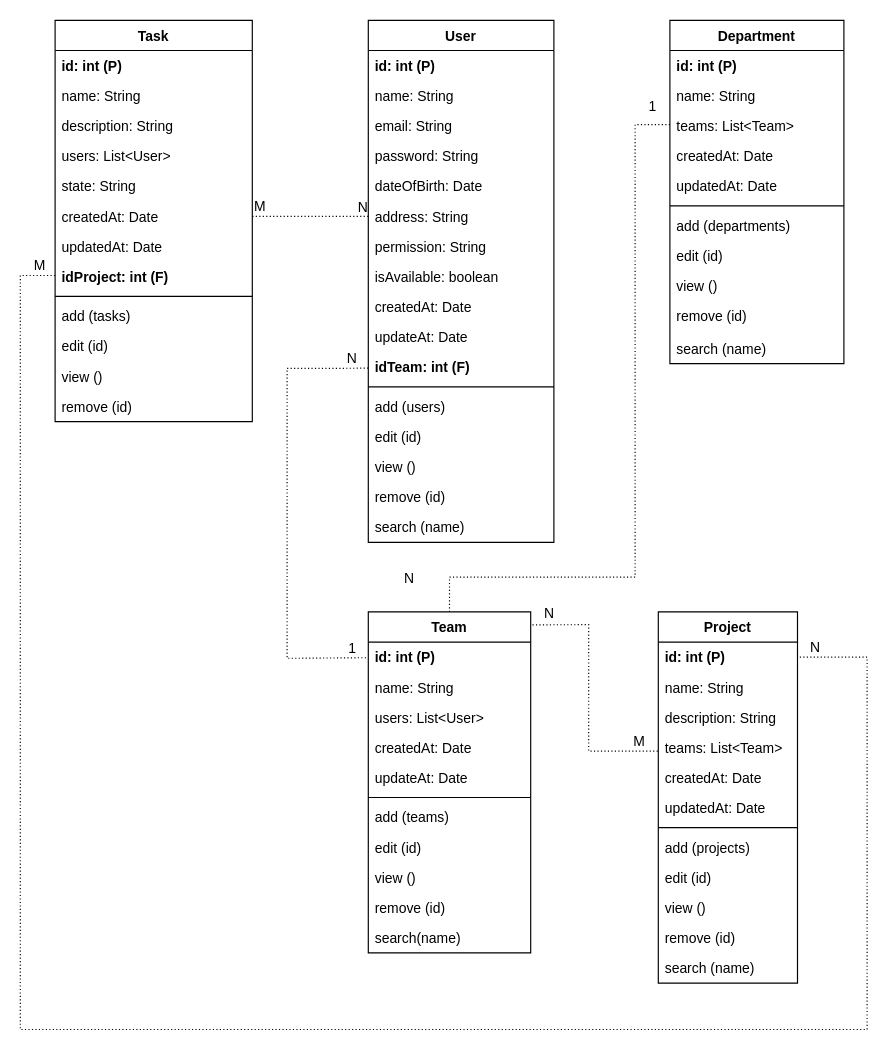
hieunn301/ETC-intern keeps this draw.io diagram as oop/Untitled Diagram.drawio. Above is the earlier version. Source tidied: cells renumbered, new cells numbered last; positions are measured from the earlier drawing's top-left corner, leaving out a move shared by most shapes. Both pictures are drawn from the tidied source at 116%, with x=0, y=0 at pixel (20, 20).
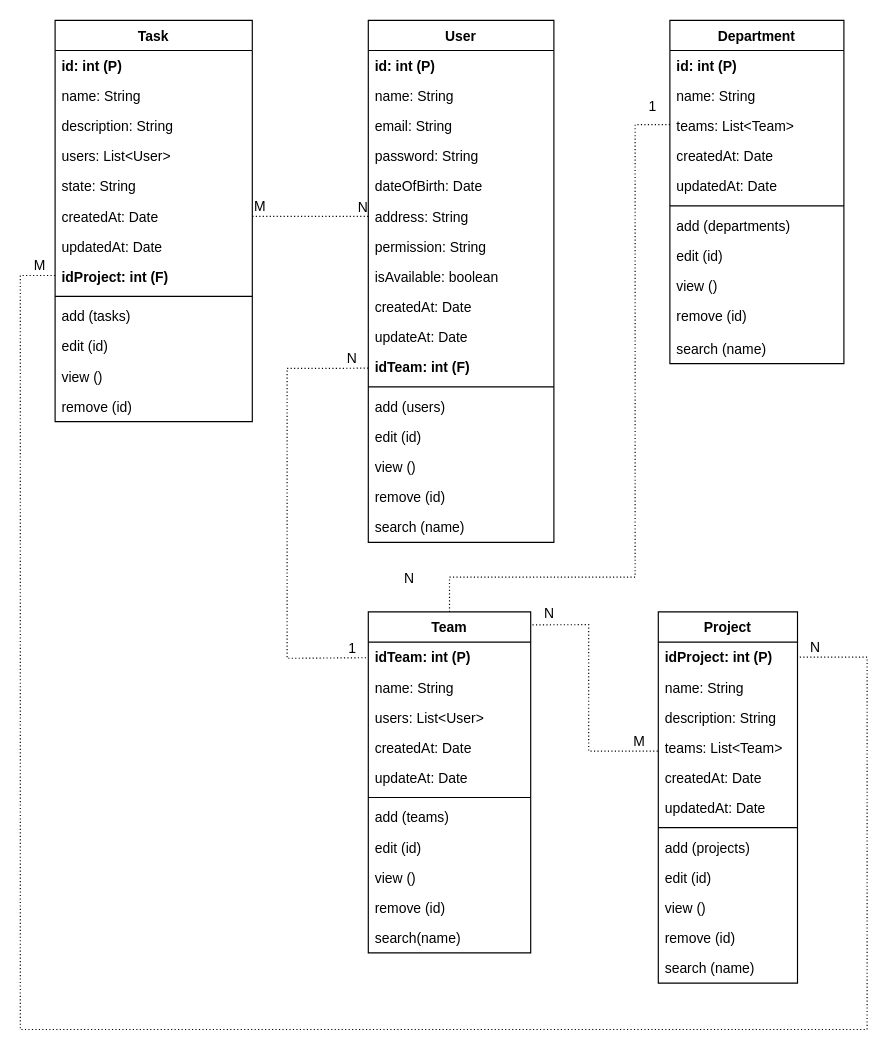
Above is the later version.

Unchanged cells that the change refers to:
```xml
<mxCell id="32" value="Team" style="swimlane;fontStyle=1;align=center;verticalAlign=top;horizontal=1;startSize=26;" parent="1" vertex="1">
  <mxGeometry x="300" y="510" width="140" height="294" as="geometry" />
</mxCell>
<mxCell id="58" value="Project" style="swimlane;fontStyle=1;align=center;verticalAlign=top;horizontal=1;startSize=26;" parent="1" vertex="1">
  <mxGeometry x="550" y="510" width="120" height="320" as="geometry" />
</mxCell>
```

Change to the diagram source:
```diff
@@
-    <mxCell id="33" value="id: int (P)" style="text;strokeColor=none;fillColor=none;align=left;verticalAlign=top;spacingLeft=4;spacingRight=4;overflow=hidden;points=[[0,0.5],[1,0.5]];portConstraint=eastwest;fontStyle=1;" parent="32" vertex="1">
+    <mxCell id="33" value="idTeam: int (P)" style="text;strokeColor=none;fillColor=none;align=left;verticalAlign=top;spacingLeft=4;spacingRight=4;overflow=hidden;points=[[0,0.5],[1,0.5]];portConstraint=eastwest;fontStyle=1;" parent="32" vertex="1">
       <mxGeometry y="26" width="140" height="26" as="geometry" />
     </mxCell>
@@
-    <mxCell id="59" value="id: int (P)" style="text;strokeColor=none;fillColor=none;align=left;verticalAlign=top;spacingLeft=4;spacingRight=4;overflow=hidden;points=[[0,0.5],[1,0.5]];portConstraint=eastwest;fontStyle=1;" parent="58" vertex="1">
+    <mxCell id="59" value="idProject: int (P)" style="text;strokeColor=none;fillColor=none;align=left;verticalAlign=top;spacingLeft=4;spacingRight=4;overflow=hidden;points=[[0,0.5],[1,0.5]];portConstraint=eastwest;fontStyle=1;" parent="58" vertex="1">
       <mxGeometry y="26" width="120" height="26" as="geometry" />
     </mxCell>
```
